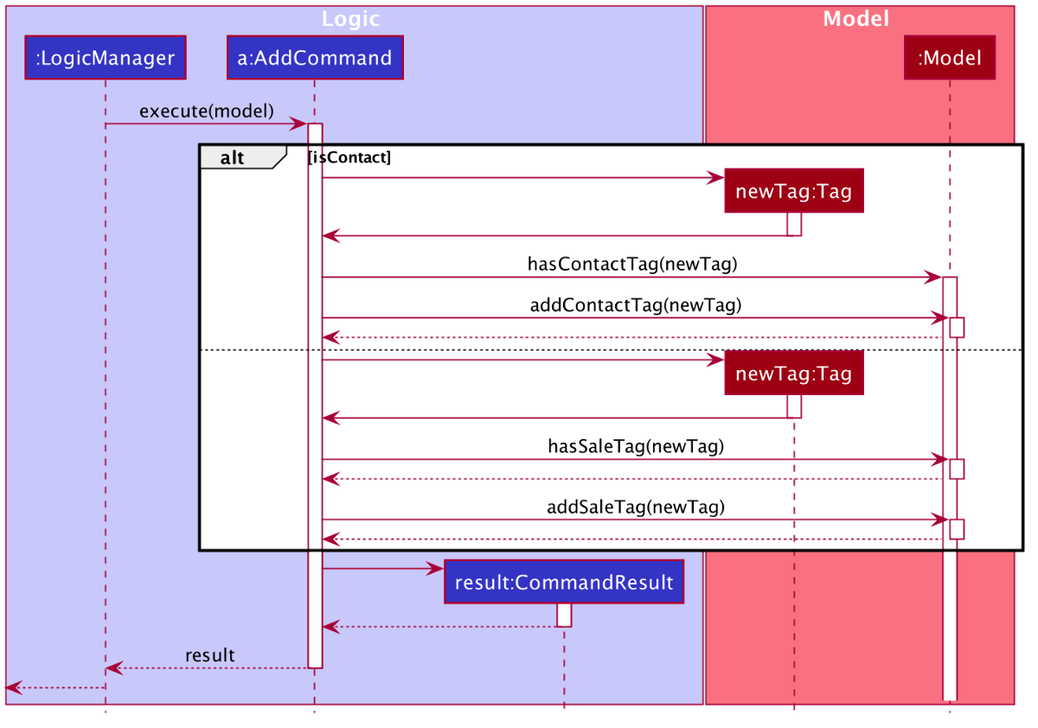
sebastiantoh/tp keeps this PlantUML diagram as docs/images/TagExecuteAddSequenceDiagram.png. Above is the earlier version. Its source is kept beside it as docs/diagrams/TagExecuteAddSequenceDiagram.puml. The source it was exported from:
```plantuml
@startuml
!include style.puml

box Logic LOGIC_COLOR_T1
participant ":LogicManager" as LogicManager LOGIC_COLOR
participant "a:AddCommand" as AddCommand LOGIC_COLOR
participant "result:CommandResult" as CommandResult LOGIC_COLOR
end box

box Model MODEL_COLOR_T1
participant "newTag:Tag" as Tag MODEL_COLOR
participant ":Model" as Model MODEL_COLOR
end box

LogicManager -> AddCommand : execute(model)
activate AddCommand

alt isContact

    create Tag
    AddCommand -> Tag
    activate Tag

    Tag -> AddCommand
    deactivate Tag

    AddCommand -> Model : hasContactTag(newTag)
    activate Model

    AddCommand -> Model : addContactTag(newTag)
    activate Model

    Model --> AddCommand
    deactivate Model

else else

    create Tag
    AddCommand -> Tag
    activate Tag

    Tag -> AddCommand
    deactivate Tag

    AddCommand -> Model : hasSaleTag(newTag)
    activate Model

    Model --> AddCommand
    deactivate Model

    AddCommand -> Model : addSaleTag(newTag)
    activate Model

    Model --> AddCommand
    deactivate Model

end

create CommandResult
AddCommand -> CommandResult
activate CommandResult

CommandResult --> AddCommand
deactivate CommandResult

AddCommand --> LogicManager : result
deactivate AddCommand

[<--LogicManager
deactivate LogicManager

@enduml
```
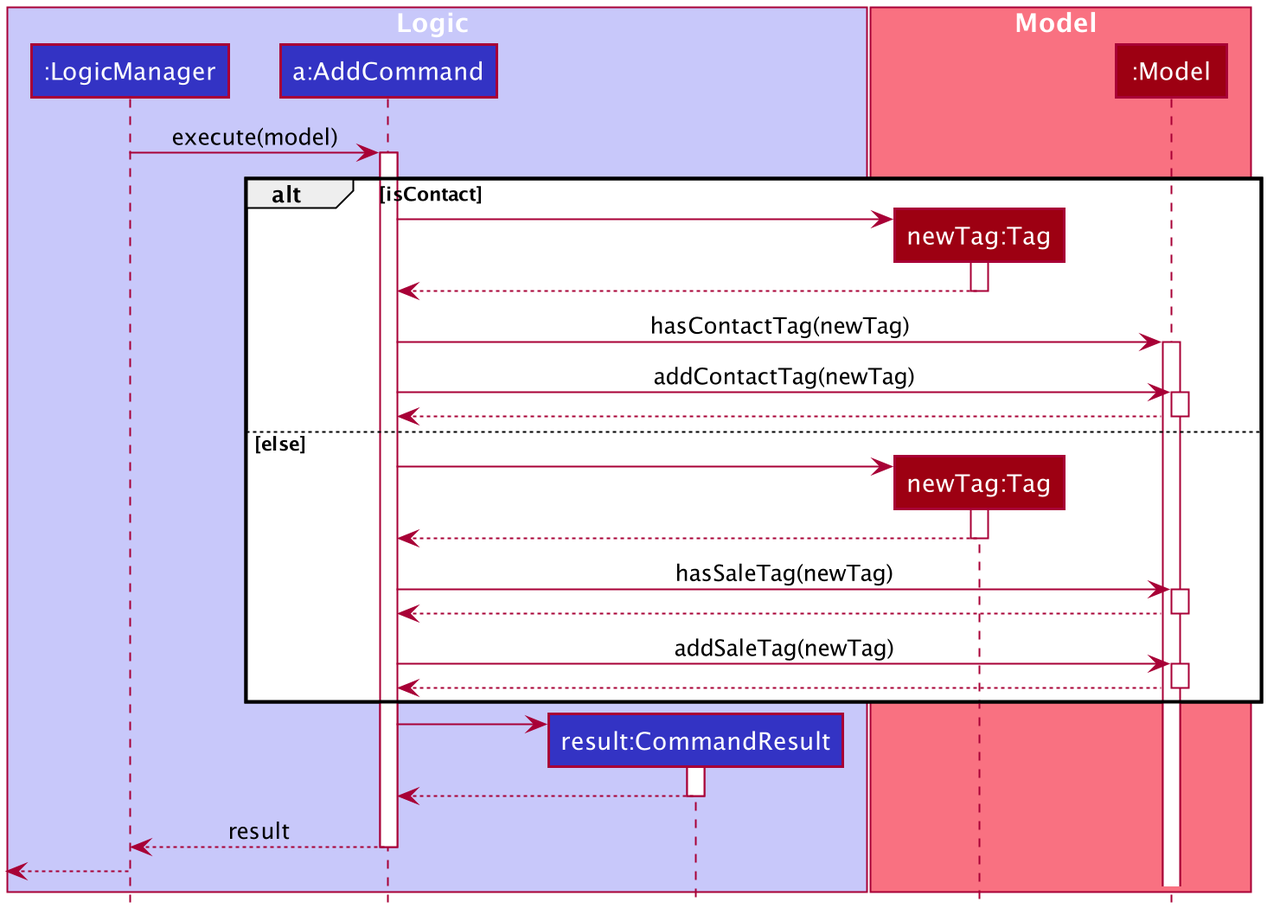
The same diagram one commit later.

The edit, as a diff of the source:
```diff
@@ -21,7 +21,7 @@
     AddCommand -> Tag
     activate Tag
 
-    Tag -> AddCommand
+    Tag --> AddCommand
     deactivate Tag
 
     AddCommand -> Model : hasContactTag(newTag)
@@ -39,7 +39,7 @@
     AddCommand -> Tag
     activate Tag
 
-    Tag -> AddCommand
+    Tag --> AddCommand
     deactivate Tag
 
     AddCommand -> Model : hasSaleTag(newTag)
```
